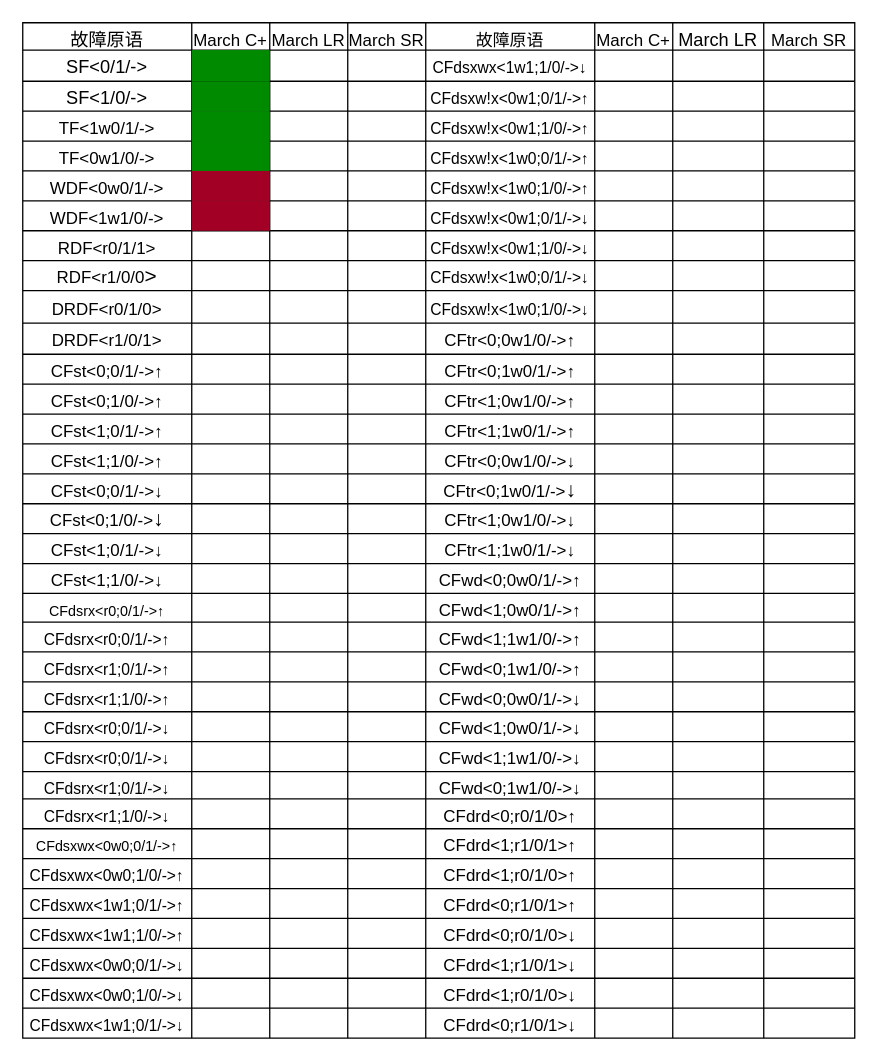
The draw.io diagram doc/compare.drawio in shanshan-lu/homwork, before the edit. Source tidied: cells renumbered, new cells numbered last; positions are measured from the earlier drawing's top-left corner, leaving out a move shared by most shapes. Both pictures are drawn from the tidied source at 130%, with x=0, y=0 at pixel (22, 22).
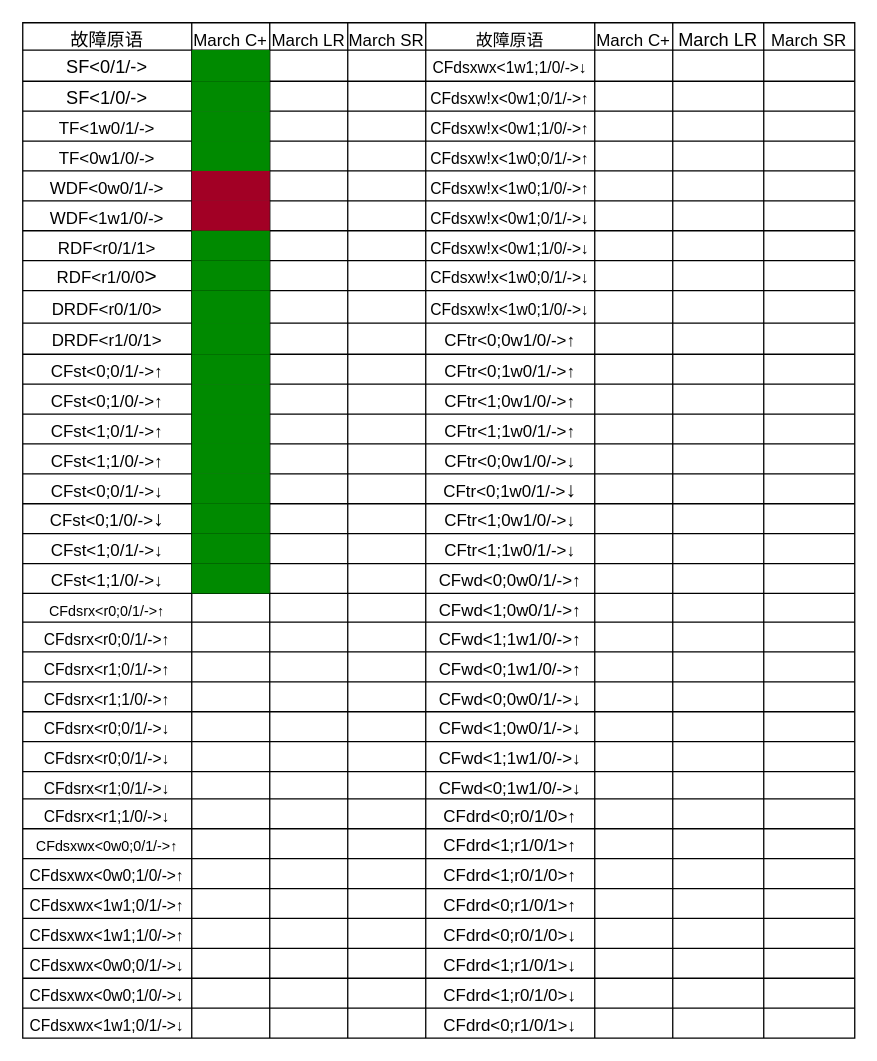
The same diagram, later.

The change refers to these unchanged cells:
```xml
<mxCell id="66" style="shape=tableRow;horizontal=0;startSize=0;swimlaneHead=0;swimlaneBody=0;strokeColor=inherit;top=0;left=0;bottom=0;right=0;fillColor=none;fontSize=16;" parent="2" vertex="1">
  <mxGeometry y="160" width="640" height="23" as="geometry" />
</mxCell>
<mxCell id="75" style="shape=tableRow;horizontal=0;startSize=0;swimlaneHead=0;swimlaneBody=0;strokeColor=inherit;top=0;left=0;bottom=0;right=0;fillColor=none;fontSize=16;" parent="2" vertex="1">
  <mxGeometry y="183" width="640" height="23" as="geometry" />
</mxCell>
<mxCell id="84" style="shape=tableRow;horizontal=0;startSize=0;swimlaneHead=0;swimlaneBody=0;strokeColor=inherit;top=0;left=0;bottom=0;right=0;fillColor=none;fontSize=16;" parent="2" vertex="1">
  <mxGeometry y="206" width="640" height="25" as="geometry" />
</mxCell>
<mxCell id="93" style="shape=tableRow;horizontal=0;startSize=0;swimlaneHead=0;swimlaneBody=0;strokeColor=inherit;top=0;left=0;bottom=0;right=0;fillColor=none;fontSize=16;" parent="2" vertex="1">
  <mxGeometry y="231" width="640" height="24" as="geometry" />
</mxCell>
<mxCell id="102" style="shape=tableRow;horizontal=0;startSize=0;swimlaneHead=0;swimlaneBody=0;strokeColor=inherit;top=0;left=0;bottom=0;right=0;fillColor=none;fontSize=16;" parent="2" vertex="1">
  <mxGeometry y="255" width="640" height="23" as="geometry" />
</mxCell>
<mxCell id="111" style="shape=tableRow;horizontal=0;startSize=0;swimlaneHead=0;swimlaneBody=0;strokeColor=inherit;top=0;left=0;bottom=0;right=0;fillColor=none;fontSize=16;" parent="2" vertex="1">
  <mxGeometry y="278" width="640" height="23" as="geometry" />
</mxCell>
<mxCell id="120" style="shape=tableRow;horizontal=0;startSize=0;swimlaneHead=0;swimlaneBody=0;strokeColor=inherit;top=0;left=0;bottom=0;right=0;fillColor=none;fontSize=16;" parent="2" vertex="1">
  <mxGeometry y="301" width="640" height="23" as="geometry" />
</mxCell>
<mxCell id="129" style="shape=tableRow;horizontal=0;startSize=0;swimlaneHead=0;swimlaneBody=0;strokeColor=inherit;top=0;left=0;bottom=0;right=0;fillColor=none;fontSize=16;" parent="2" vertex="1">
  <mxGeometry y="324" width="640" height="23" as="geometry" />
</mxCell>
<mxCell id="138" style="shape=tableRow;horizontal=0;startSize=0;swimlaneHead=0;swimlaneBody=0;strokeColor=inherit;top=0;left=0;bottom=0;right=0;fillColor=none;fontSize=16;" parent="2" vertex="1">
  <mxGeometry y="347" width="640" height="23" as="geometry" />
</mxCell>
<mxCell id="147" style="shape=tableRow;horizontal=0;startSize=0;swimlaneHead=0;swimlaneBody=0;strokeColor=inherit;top=0;left=0;bottom=0;right=0;fillColor=none;fontSize=16;" parent="2" vertex="1">
  <mxGeometry y="370" width="640" height="23" as="geometry" />
</mxCell>
<mxCell id="156" style="shape=tableRow;horizontal=0;startSize=0;swimlaneHead=0;swimlaneBody=0;strokeColor=inherit;top=0;left=0;bottom=0;right=0;fillColor=none;fontSize=16;" parent="2" vertex="1">
  <mxGeometry y="393" width="640" height="23" as="geometry" />
</mxCell>
<mxCell id="165" style="shape=tableRow;horizontal=0;startSize=0;swimlaneHead=0;swimlaneBody=0;strokeColor=inherit;top=0;left=0;bottom=0;right=0;fillColor=none;fontSize=16;" parent="2" vertex="1">
  <mxGeometry y="416" width="640" height="23" as="geometry" />
</mxCell>
```

Diff of the diagram source:
```diff
@@
-    <mxCell id="68" style="shape=partialRectangle;html=1;whiteSpace=wrap;strokeColor=inherit;overflow=hidden;fillColor=none;top=0;left=0;bottom=0;right=0;fontSize=16;" parent="66" vertex="1">
+    <mxCell id="68" style="shape=partialRectangle;html=1;whiteSpace=wrap;strokeColor=#005700;overflow=hidden;fillColor=#008a00;top=0;left=0;bottom=0;right=0;fontSize=16;fontColor=#ffffff;" parent="66" vertex="1">
       <mxGeometry x="130" width="60" height="23" as="geometry" />
     </mxCell>
@@
-    <mxCell id="77" style="shape=partialRectangle;html=1;whiteSpace=wrap;strokeColor=inherit;overflow=hidden;fillColor=none;top=0;left=0;bottom=0;right=0;fontSize=16;" parent="75" vertex="1">
+    <mxCell id="77" style="shape=partialRectangle;html=1;whiteSpace=wrap;strokeColor=#005700;overflow=hidden;fillColor=#008a00;top=0;left=0;bottom=0;right=0;fontSize=16;fontColor=#ffffff;" parent="75" vertex="1">
       <mxGeometry x="130" width="60" height="23" as="geometry" />
     </mxCell>
@@
-    <mxCell id="86" style="shape=partialRectangle;html=1;whiteSpace=wrap;strokeColor=inherit;overflow=hidden;fillColor=none;top=0;left=0;bottom=0;right=0;fontSize=16;" parent="84" vertex="1">
+    <mxCell id="86" style="shape=partialRectangle;html=1;whiteSpace=wrap;strokeColor=#005700;overflow=hidden;fillColor=#008a00;top=0;left=0;bottom=0;right=0;fontSize=16;fontColor=#ffffff;" parent="84" vertex="1">
       <mxGeometry x="130" width="60" height="25" as="geometry" />
     </mxCell>
@@
-    <mxCell id="95" style="shape=partialRectangle;html=1;whiteSpace=wrap;strokeColor=inherit;overflow=hidden;fillColor=none;top=0;left=0;bottom=0;right=0;fontSize=16;" parent="93" vertex="1">
+    <mxCell id="95" style="shape=partialRectangle;html=1;whiteSpace=wrap;strokeColor=#005700;overflow=hidden;fillColor=#008a00;top=0;left=0;bottom=0;right=0;fontSize=16;fontColor=#ffffff;" parent="93" vertex="1">
       <mxGeometry x="130" width="60" height="24" as="geometry" />
     </mxCell>
@@
-    <mxCell id="104" style="shape=partialRectangle;html=1;whiteSpace=wrap;strokeColor=inherit;overflow=hidden;fillColor=none;top=0;left=0;bottom=0;right=0;fontSize=16;" parent="102" vertex="1">
+    <mxCell id="104" style="shape=partialRectangle;html=1;whiteSpace=wrap;strokeColor=#005700;overflow=hidden;fillColor=#008a00;top=0;left=0;bottom=0;right=0;fontSize=16;fontColor=#ffffff;" parent="102" vertex="1">
       <mxGeometry x="130" width="60" height="23" as="geometry" />
     </mxCell>
@@
-    <mxCell id="113" style="shape=partialRectangle;html=1;whiteSpace=wrap;strokeColor=inherit;overflow=hidden;fillColor=none;top=0;left=0;bottom=0;right=0;fontSize=16;" parent="111" vertex="1">
+    <mxCell id="113" style="shape=partialRectangle;html=1;whiteSpace=wrap;strokeColor=#005700;overflow=hidden;fillColor=#008a00;top=0;left=0;bottom=0;right=0;fontSize=16;fontColor=#ffffff;" parent="111" vertex="1">
       <mxGeometry x="130" width="60" height="23" as="geometry" />
     </mxCell>
@@
-    <mxCell id="122" style="shape=partialRectangle;html=1;whiteSpace=wrap;strokeColor=inherit;overflow=hidden;fillColor=none;top=0;left=0;bottom=0;right=0;fontSize=16;" parent="120" vertex="1">
+    <mxCell id="122" style="shape=partialRectangle;html=1;whiteSpace=wrap;strokeColor=#005700;overflow=hidden;fillColor=#008a00;top=0;left=0;bottom=0;right=0;fontSize=16;fontColor=#ffffff;" parent="120" vertex="1">
       <mxGeometry x="130" width="60" height="23" as="geometry" />
     </mxCell>
@@
-    <mxCell id="131" style="shape=partialRectangle;html=1;whiteSpace=wrap;strokeColor=inherit;overflow=hidden;fillColor=none;top=0;left=0;bottom=0;right=0;fontSize=16;" parent="129" vertex="1">
+    <mxCell id="131" style="shape=partialRectangle;html=1;whiteSpace=wrap;strokeColor=#005700;overflow=hidden;fillColor=#008a00;top=0;left=0;bottom=0;right=0;fontSize=16;fontColor=#ffffff;" parent="129" vertex="1">
       <mxGeometry x="130" width="60" height="23" as="geometry" />
     </mxCell>
@@
-    <mxCell id="140" style="shape=partialRectangle;html=1;whiteSpace=wrap;strokeColor=inherit;overflow=hidden;fillColor=none;top=0;left=0;bottom=0;right=0;fontSize=16;" parent="138" vertex="1">
+    <mxCell id="140" style="shape=partialRectangle;html=1;whiteSpace=wrap;strokeColor=#005700;overflow=hidden;fillColor=#008a00;top=0;left=0;bottom=0;right=0;fontSize=16;fontColor=#ffffff;" parent="138" vertex="1">
       <mxGeometry x="130" width="60" height="23" as="geometry" />
     </mxCell>
@@
-    <mxCell id="149" style="shape=partialRectangle;html=1;whiteSpace=wrap;strokeColor=inherit;overflow=hidden;fillColor=none;top=0;left=0;bottom=0;right=0;fontSize=16;" parent="147" vertex="1">
+    <mxCell id="149" style="shape=partialRectangle;html=1;whiteSpace=wrap;strokeColor=#005700;overflow=hidden;fillColor=#008a00;top=0;left=0;bottom=0;right=0;fontSize=16;fontColor=#ffffff;" parent="147" vertex="1">
       <mxGeometry x="130" width="60" height="23" as="geometry" />
     </mxCell>
@@
-    <mxCell id="158" style="shape=partialRectangle;html=1;whiteSpace=wrap;strokeColor=inherit;overflow=hidden;fillColor=none;top=0;left=0;bottom=0;right=0;fontSize=16;" parent="156" vertex="1">
+    <mxCell id="158" style="shape=partialRectangle;html=1;whiteSpace=wrap;strokeColor=#005700;overflow=hidden;fillColor=#008a00;top=0;left=0;bottom=0;right=0;fontSize=16;fontColor=#ffffff;" parent="156" vertex="1">
       <mxGeometry x="130" width="60" height="23" as="geometry" />
     </mxCell>
@@
-    <mxCell id="167" style="shape=partialRectangle;html=1;whiteSpace=wrap;strokeColor=inherit;overflow=hidden;fillColor=none;top=0;left=0;bottom=0;right=0;fontSize=16;" parent="165" vertex="1">
+    <mxCell id="167" style="shape=partialRectangle;html=1;whiteSpace=wrap;strokeColor=#005700;overflow=hidden;fillColor=#008a00;top=0;left=0;bottom=0;right=0;fontSize=16;fontColor=#ffffff;" parent="165" vertex="1">
       <mxGeometry x="130" width="60" height="23" as="geometry" />
     </mxCell>
```
